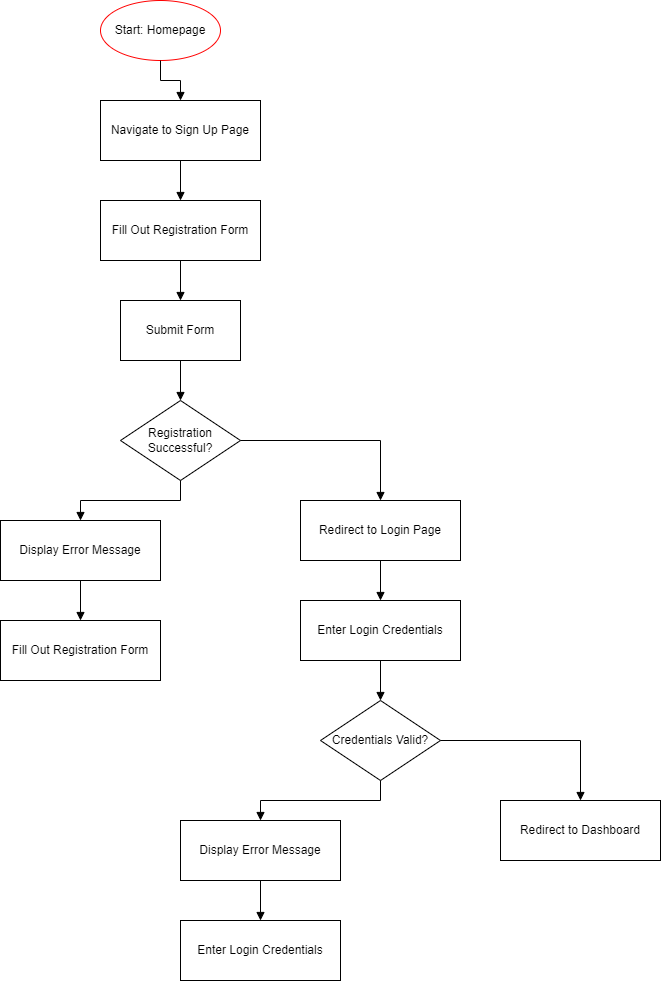
Before: Images/user-registration-flow.drawio.png, a diagram exported from draw.io (trading-app-ca/part-a-docs). Source tidied: cells renumbered, new cells last; positions are measured from the earlier drawing's top-left corner, leaving out a move shared by most shapes.
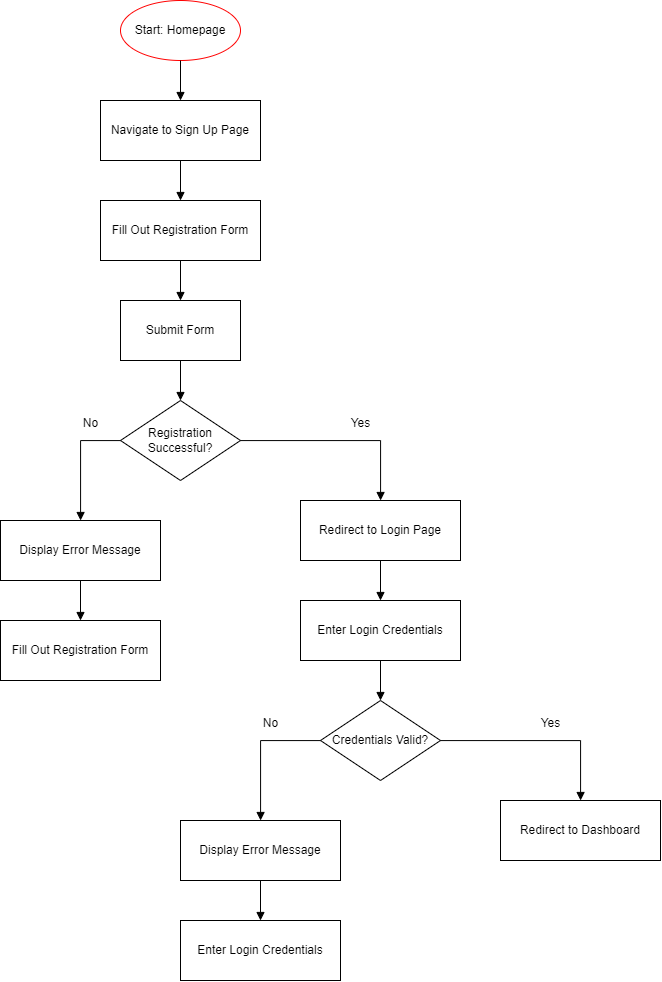
Above is the later version.

Commit message:
docs: added user flows for wireframes, updated user stories

Change to the diagram source:
```diff
@@ -3,7 +3,7 @@
     <mxCell id="0" />
     <mxCell id="1" parent="0" />
     <mxCell id="2" value="Start: Homepage" style="ellipse;whiteSpace=wrap;html=1;strokeColor=#FF0000;fillColor=none;" parent="1" vertex="1">
-      <mxGeometry x="100" width="120" height="60" as="geometry" />
+      <mxGeometry x="120" width="120" height="60" as="geometry" />
     </mxCell>
     <mxCell id="3" value="Navigate to Sign Up Page" style="rounded=0;whiteSpace=wrap;html=1;" parent="1" vertex="1">
       <mxGeometry x="100" y="100" width="160" height="60" as="geometry" />
@@ -39,7 +39,11 @@
       <mxGeometry y="520" width="160" height="60" as="geometry" />
     </mxCell>
     <mxCell id="14" style="edgeStyle=orthogonalEdgeStyle;rounded=0;jettySize=auto;html=1;endArrow=block;endFill=1;" parent="1" edge="1" source="9" target="13">
-      <mxGeometry relative="1" as="geometry" />
+      <mxGeometry relative="1" as="geometry">
+        <Array as="points">
+          <mxPoint x="80" y="440" />
+        </Array>
+      </mxGeometry>
     </mxCell>
     <mxCell id="15" value="Fill Out Registration Form" style="rounded=0;whiteSpace=wrap;html=1;" parent="1" vertex="1">
       <mxGeometry y="620" width="160" height="60" as="geometry" />
@@ -69,7 +73,11 @@
       <mxGeometry x="180" y="820" width="160" height="60" as="geometry" />
     </mxCell>
     <mxCell id="24" style="edgeStyle=orthogonalEdgeStyle;rounded=0;jettySize=auto;html=1;endArrow=block;endFill=1;" parent="1" edge="1" source="19" target="23">
-      <mxGeometry relative="1" as="geometry" />
+      <mxGeometry relative="1" as="geometry">
+        <Array as="points">
+          <mxPoint x="260" y="740" />
+        </Array>
+      </mxGeometry>
     </mxCell>
     <mxCell id="25" value="Enter Login Credentials" style="rounded=0;whiteSpace=wrap;html=1;" parent="1" vertex="1">
       <mxGeometry x="180" y="920" width="160" height="60" as="geometry" />
@@ -77,5 +85,17 @@
     <mxCell id="26" style="edgeStyle=orthogonalEdgeStyle;rounded=0;jettySize=auto;html=1;endArrow=block;endFill=1;" parent="1" edge="1" source="23" target="25">
       <mxGeometry relative="1" as="geometry" />
     </mxCell>
+    <mxCell id="27" value="No" style="text;html=1;align=center;verticalAlign=middle;strokeColor=none;fillColor=none;" parent="1" vertex="1">
+      <mxGeometry x="70" y="408" width="40" height="30" as="geometry" />
+    </mxCell>
+    <mxCell id="28" value="Yes" style="text;html=1;align=center;verticalAlign=middle;strokeColor=none;fillColor=none;" parent="1" vertex="1">
+      <mxGeometry x="340" y="408" width="40" height="30" as="geometry" />
+    </mxCell>
+    <mxCell id="29" value="No" style="text;html=1;align=center;verticalAlign=middle;strokeColor=none;fillColor=none;" parent="1" vertex="1">
+      <mxGeometry x="250" y="708" width="40" height="30" as="geometry" />
+    </mxCell>
+    <mxCell id="30" value="Yes" style="text;html=1;align=center;verticalAlign=middle;strokeColor=none;fillColor=none;" parent="1" vertex="1">
+      <mxGeometry x="530" y="708" width="40" height="30" as="geometry" />
+    </mxCell>
   </root>
 </mxGraphModel>
```
